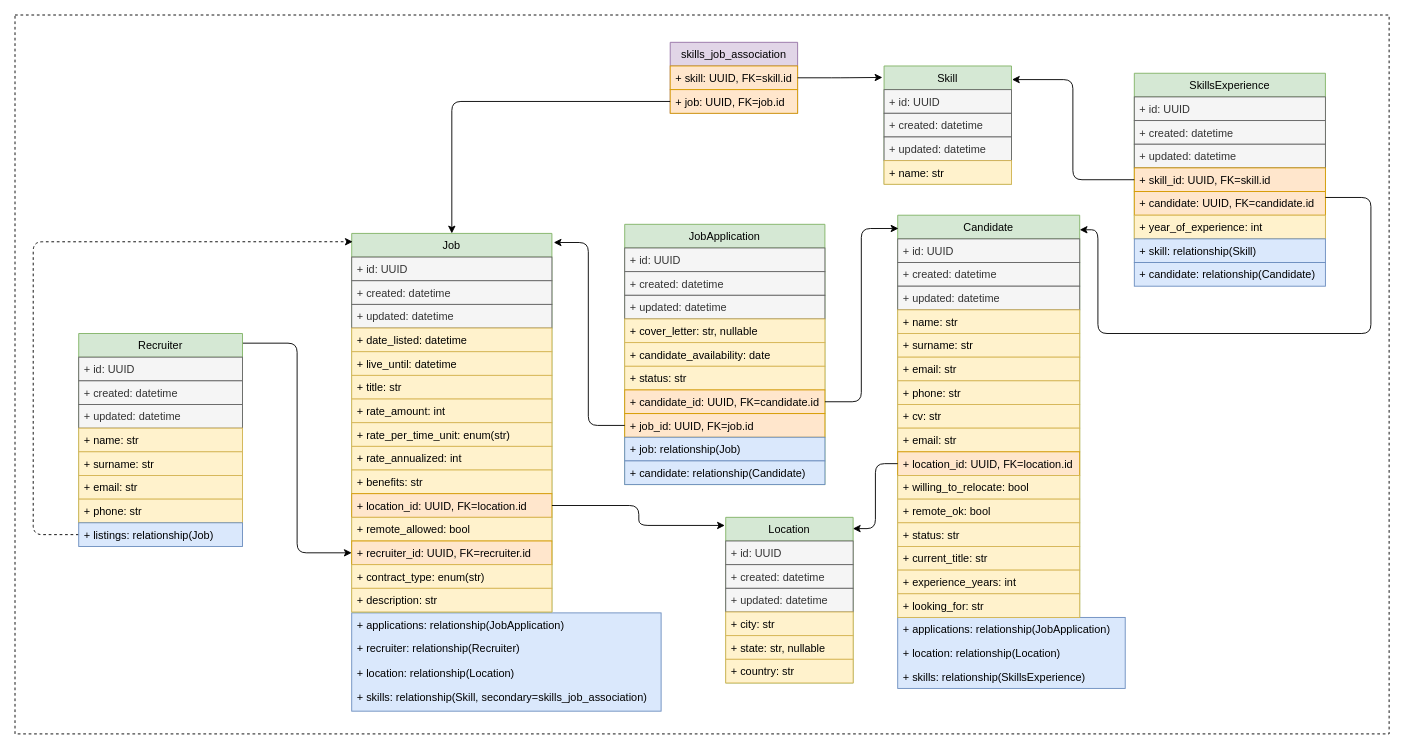
Before: page "course model" (2 of 2) of Untitled Diagram.drawio in abunuwas/conferences-images, a draw.io diagram. Source tidied: cells renumbered, new cells numbered last; positions are measured from the earlier drawing's top-left corner, leaving out a move shared by most shapes. Both pictures are drawn from the tidied source at 91%, with x=0, y=0 at pixel (15, 15).
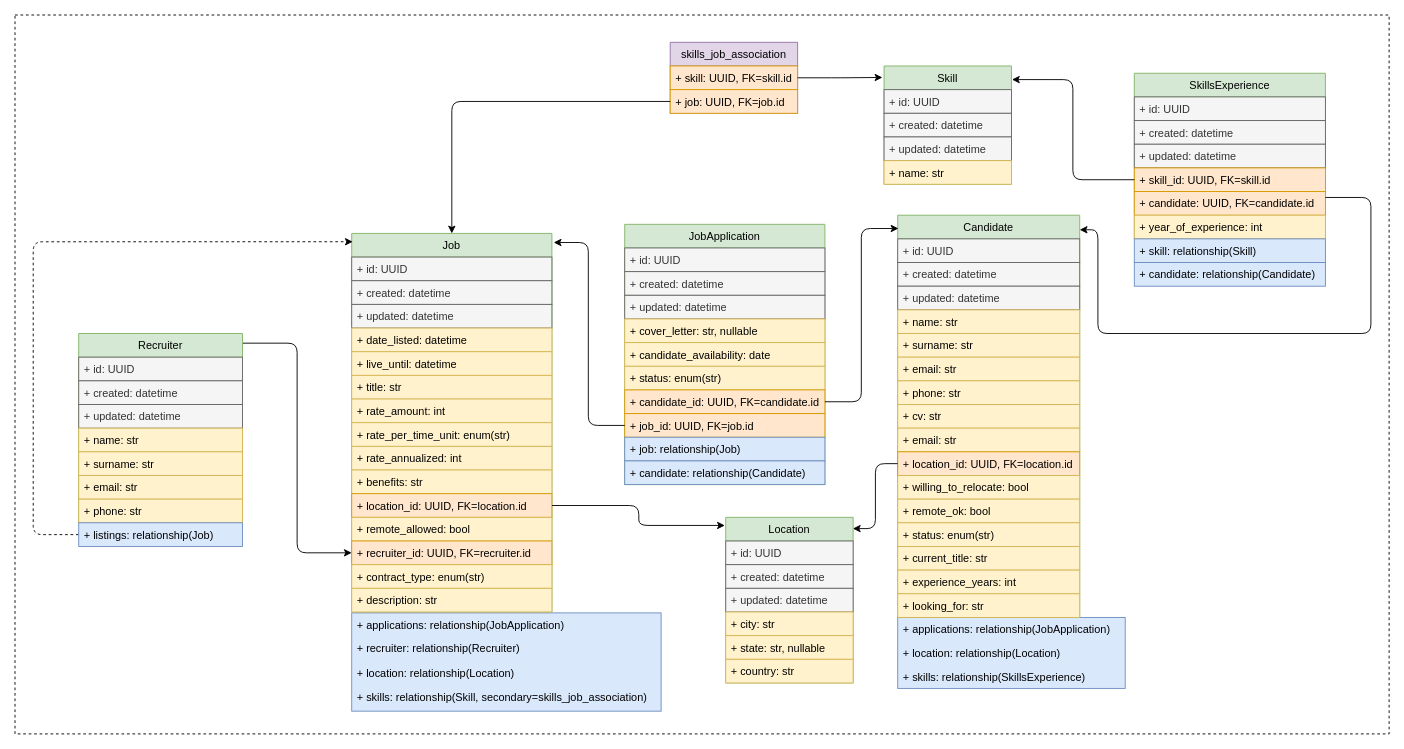
After the change.

Unchanged cells that the change refers to:
```xml
<mxCell id="46" value="Candidate" style="swimlane;fontStyle=0;horizontal=1;startSize=26;fillColor=#d5e8d4;strokeColor=#82b366;" parent="1" vertex="1">
  <mxGeometry x="970" y="220" width="200" height="442" as="geometry" />
</mxCell>
<mxCell id="66" value="JobApplication" style="swimlane;fontStyle=0;horizontal=1;startSize=26;fillColor=#d5e8d4;strokeColor=#82b366;" parent="1" vertex="1">
  <mxGeometry x="670" y="230" width="220" height="286" as="geometry" />
</mxCell>
```

What changed in the source:
```diff
@@
-    <mxCell id="59" value="+ status: str" style="text;strokeColor=#d6b656;fillColor=#fff2cc;align=left;verticalAlign=top;spacingLeft=4;spacingRight=4;overflow=hidden;" parent="46" vertex="1">
+    <mxCell id="59" value="+ status: enum(str)" style="text;strokeColor=#d6b656;fillColor=#fff2cc;align=left;verticalAlign=top;spacingLeft=4;spacingRight=4;overflow=hidden;" parent="46" vertex="1">
       <mxGeometry y="338" width="200" height="26" as="geometry" />
     </mxCell>
@@
-    <mxCell id="72" value="+ status: str" style="text;strokeColor=#d6b656;fillColor=#fff2cc;align=left;verticalAlign=top;spacingLeft=4;spacingRight=4;overflow=hidden;" parent="66" vertex="1">
+    <mxCell id="72" value="+ status: enum(str)" style="text;strokeColor=#d6b656;fillColor=#fff2cc;align=left;verticalAlign=top;spacingLeft=4;spacingRight=4;overflow=hidden;" parent="66" vertex="1">
       <mxGeometry y="156" width="220" height="26" as="geometry" />
     </mxCell>
```
